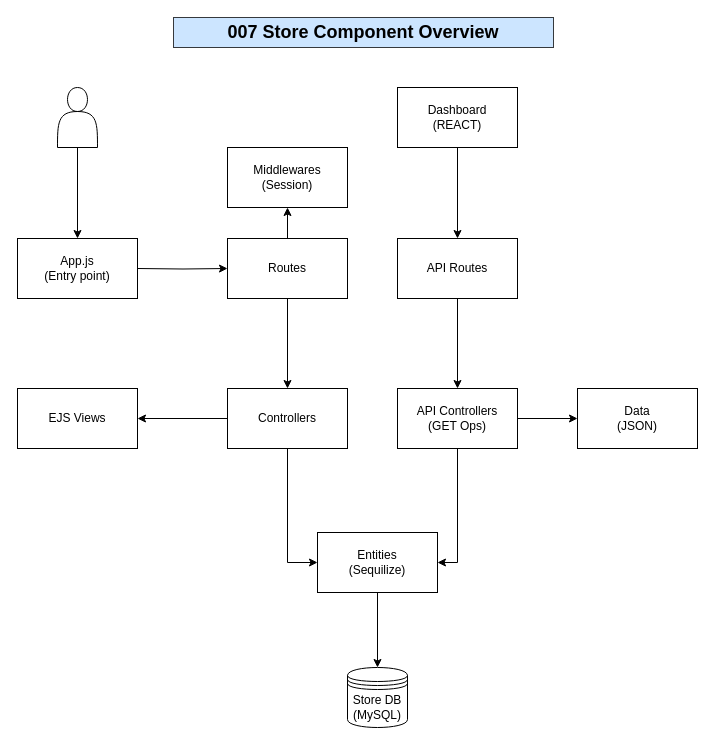
The draw.io diagram 007 Sore Overview.drawio in mlopalv/007Store, before the edit. Source tidied: cells renumbered, new cells numbered last; positions are measured from the earlier drawing's top-left corner, leaving out a move shared by most shapes. Both pictures are drawn from the tidied source at 100%, with x=0, y=0 at pixel (17, 17).
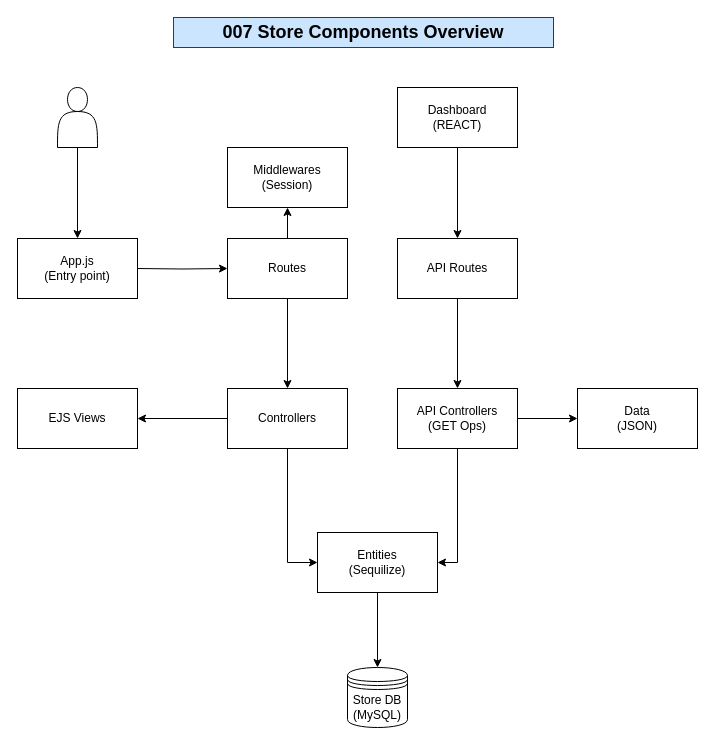
Above is the later version.

Diff of the diagram source:
```diff
@@
-    <mxCell id="22" value="007 Store Component Overview" style="text;html=1;strokeColor=#36393d;fillColor=#cce5ff;align=center;verticalAlign=middle;whiteSpace=wrap;rounded=0;fontSize=18;fontStyle=1;" parent="1" vertex="1">
+    <mxCell id="22" value="007 Store Components Overview" style="text;html=1;strokeColor=#36393d;fillColor=#cce5ff;align=center;verticalAlign=middle;whiteSpace=wrap;rounded=0;fontSize=18;fontStyle=1;" parent="1" vertex="1">
       <mxGeometry x="156" width="380" height="30" as="geometry" />
     </mxCell>
```
